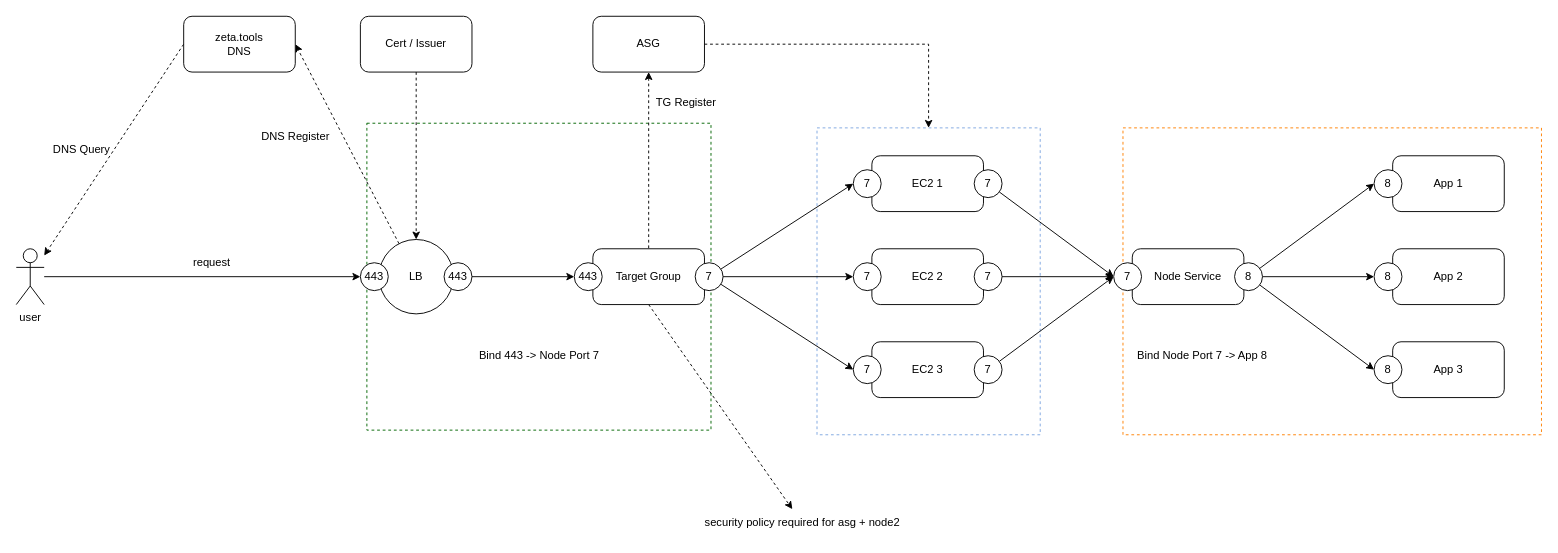
Earlier version of the draw.io diagram eks_alb_targetgroup.drawio (jiangtao7/draw.io). Source tidied: cells renumbered, new cells numbered last; positions are measured from the earlier drawing's top-left corner, leaving out a move shared by most shapes. Both pictures are drawn from the tidied source at 93%, with x=0, y=0 at pixel (16, 16).
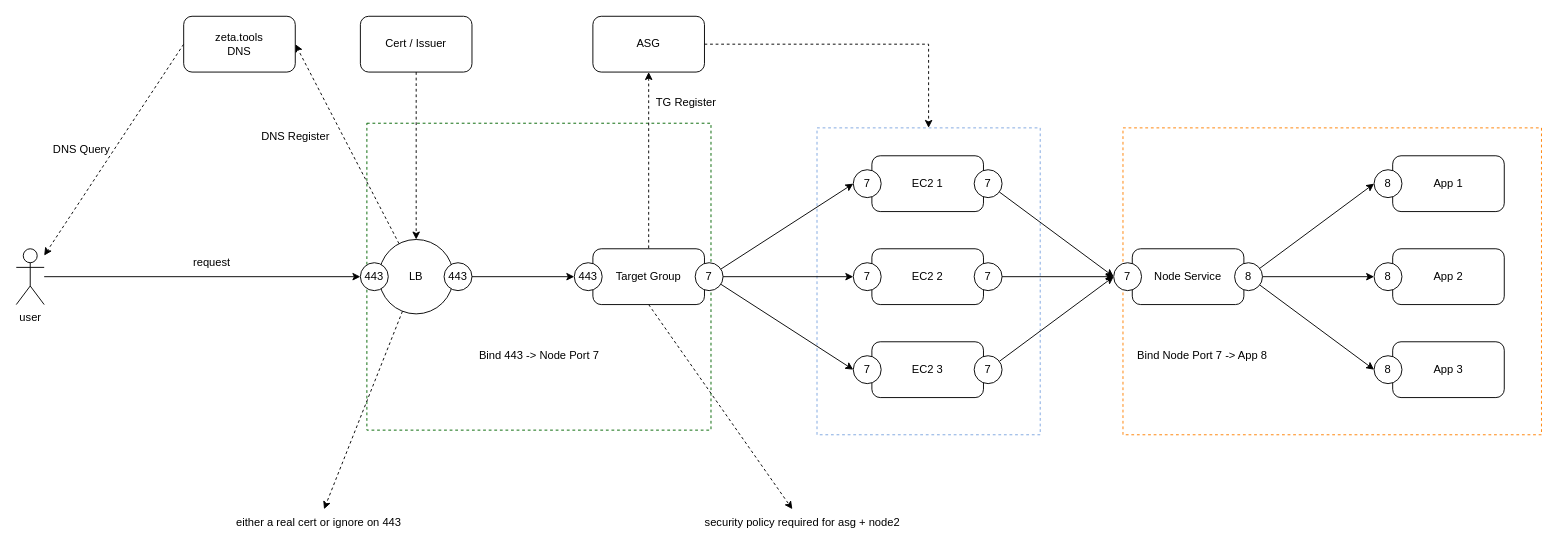
The same diagram, later.

The change refers to these unchanged cells:
```xml
<mxCell id="7" value="LB" style="ellipse;whiteSpace=wrap;html=1;" parent="1" vertex="1">
  <mxGeometry x="390" y="240" width="80" height="80" as="geometry" />
</mxCell>
```

The edit, as a diff of the source:
```diff
@@
+    <mxCell id="57" style="edgeStyle=none;rounded=0;jettySize=auto;html=1;dashed=1;" parent="1" edge="1" source="7" target="58">
+      <mxGeometry relative="1" as="geometry" />
+    </mxCell>
@@
+    <mxCell id="58" value="either a real cert or ignore on 443" style="text;html=1;align=center;verticalAlign=middle;points=[];strokeColor=none;fillColor=none;" parent="1" vertex="1">
+      <mxGeometry x="225" y="530" width="200" height="30" as="geometry" />
+    </mxCell>
```
